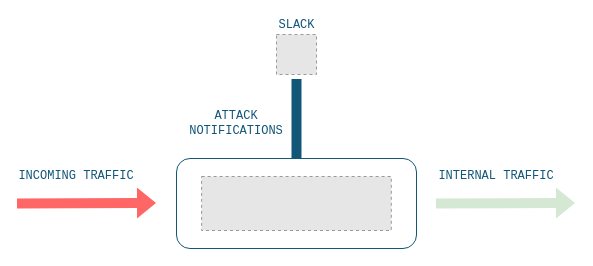
bunkerity/bunkerweb-plugins keeps this draw.io diagram as slack/docs/diagram.drawio. Above is the earlier version. Source tidied: cells renumbered, new cells numbered last; positions are measured from the earlier drawing's top-left corner, leaving out a move shared by most shapes. Both pictures are drawn from the tidied source at 100%, with x=0, y=0 at pixel (16, 34). Pictures stored in the file or linked from it are replaced by grey dashed boxes.
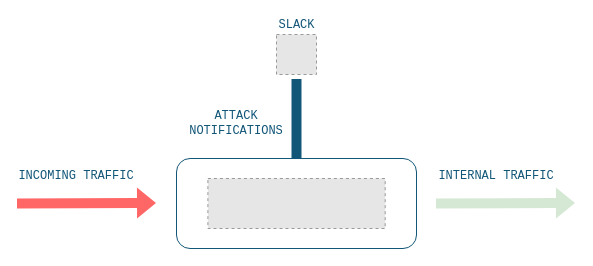
The same page after the edit.

Change to the diagram source:
```diff
@@
 <mxGraphModel>
   <root>
     <mxCell id="0" />
     <mxCell id="1" parent="0" />
     <mxCell id="2" style="rounded=1;whiteSpace=wrap;html=1;fillColor=none;strokeColor=#125678;" parent="1" vertex="1">
       <mxGeometry x="160" y="124" width="240" height="90" as="geometry" />
     </mxCell>
-    <mxCell id="3" style="fillColor=#E6E6E6;strokeColor=#999999;dashed=1;verticalLabelPosition=bottom;labelBackgroundColor=default;verticalAlign=top;" parent="1" vertex="1">
-      <mxGeometry x="185.1" y="142" width="189.7" height="54" as="geometry" />
-    </mxCell>
     <mxCell id="4" style="shape=flexArrow;endArrow=classic;html=1;rounded=0;fillColor=#FF6666;entryX=0;entryY=0.5;entryDx=0;entryDy=0;strokeColor=none;fontFamily=Consolas;verticalAlign=top;labelPosition=center;verticalLabelPosition=bottom;align=center;" parent="1" edge="1">
       <mxGeometry relative="1" as="geometry">
         <mxPoint y="169" as="sourcePoint" />
         <mxPoint x="140" y="168.5" as="targetPoint" />
       </mxGeometry>
     </mxCell>
     <mxCell id="5" value="INCOMING TRAFFIC" style="text;html=1;strokeColor=none;fillColor=none;align=center;verticalAlign=middle;whiteSpace=wrap;rounded=0;fontColor=#125678;fontFamily=Consolas;" parent="1" vertex="1">
       <mxGeometry x="0.4" y="124" width="119.6" height="35" as="geometry" />
     </mxCell>
     <mxCell id="6" value="INTERNAL TRAFFIC" style="text;html=1;strokeColor=none;fillColor=none;align=center;verticalAlign=middle;whiteSpace=wrap;rounded=0;fontColor=#125678;fontFamily=Consolas;" parent="1" vertex="1">
       <mxGeometry x="420" y="124" width="119.6" height="35" as="geometry" />
     </mxCell>
     <mxCell id="7" style="shape=flexArrow;endArrow=classic;html=1;rounded=0;fillColor=#d5e8d4;entryX=0;entryY=0.5;entryDx=0;entryDy=0;strokeColor=none;fontFamily=Consolas;verticalAlign=top;labelPosition=center;verticalLabelPosition=bottom;align=center;" parent="1" edge="1">
       <mxGeometry relative="1" as="geometry">
         <mxPoint x="419" y="169" as="sourcePoint" />
         <mxPoint x="559" y="168.5" as="targetPoint" />
       </mxGeometry>
     </mxCell>
     <mxCell id="8" style="shape=flexArrow;endArrow=none;html=1;rounded=0;fillColor=#125678;endFill=0;strokeColor=none;exitX=0.5;exitY=0;exitDx=0;exitDy=0;" parent="1" edge="1" source="2">
       <mxGeometry relative="1" as="geometry">
         <mxPoint x="280" y="44" as="targetPoint" />
       </mxGeometry>
     </mxCell>
     <mxCell id="9" value="&lt;div&gt;ATTACK&lt;/div&gt;&lt;div&gt;NOTIFICATIONS&lt;br&gt;&lt;/div&gt;" style="text;html=1;strokeColor=none;fillColor=none;align=center;verticalAlign=middle;whiteSpace=wrap;rounded=0;fontFamily=Consolas;fontColor=#125678;" parent="1" vertex="1">
       <mxGeometry x="190" y="74" width="60" height="30" as="geometry" />
     </mxCell>
     <mxCell id="10" value="&lt;font color=&quot;#125678&quot;&gt;SLACK&lt;/font&gt;" style="fillColor=#E6E6E6;strokeColor=#999999;dashed=1;html=1;verticalAlign=bottom;verticalLabelPosition=top;labelBackgroundColor=#ffffff;labelPosition=center;align=center;fontFamily=Consolas;" parent="1" vertex="1">
       <mxGeometry x="260" width="40" height="40" as="geometry" />
     </mxCell>
+    <mxCell id="11" style="fillColor=#E6E6E6;strokeColor=#999999;dashed=1;verticalLabelPosition=bottom;labelBackgroundColor=default;verticalAlign=top;" parent="1" vertex="1">
+      <mxGeometry x="191.4" y="144" width="177.3" height="50" as="geometry" />
+    </mxCell>
   </root>
 </mxGraphModel>
```
